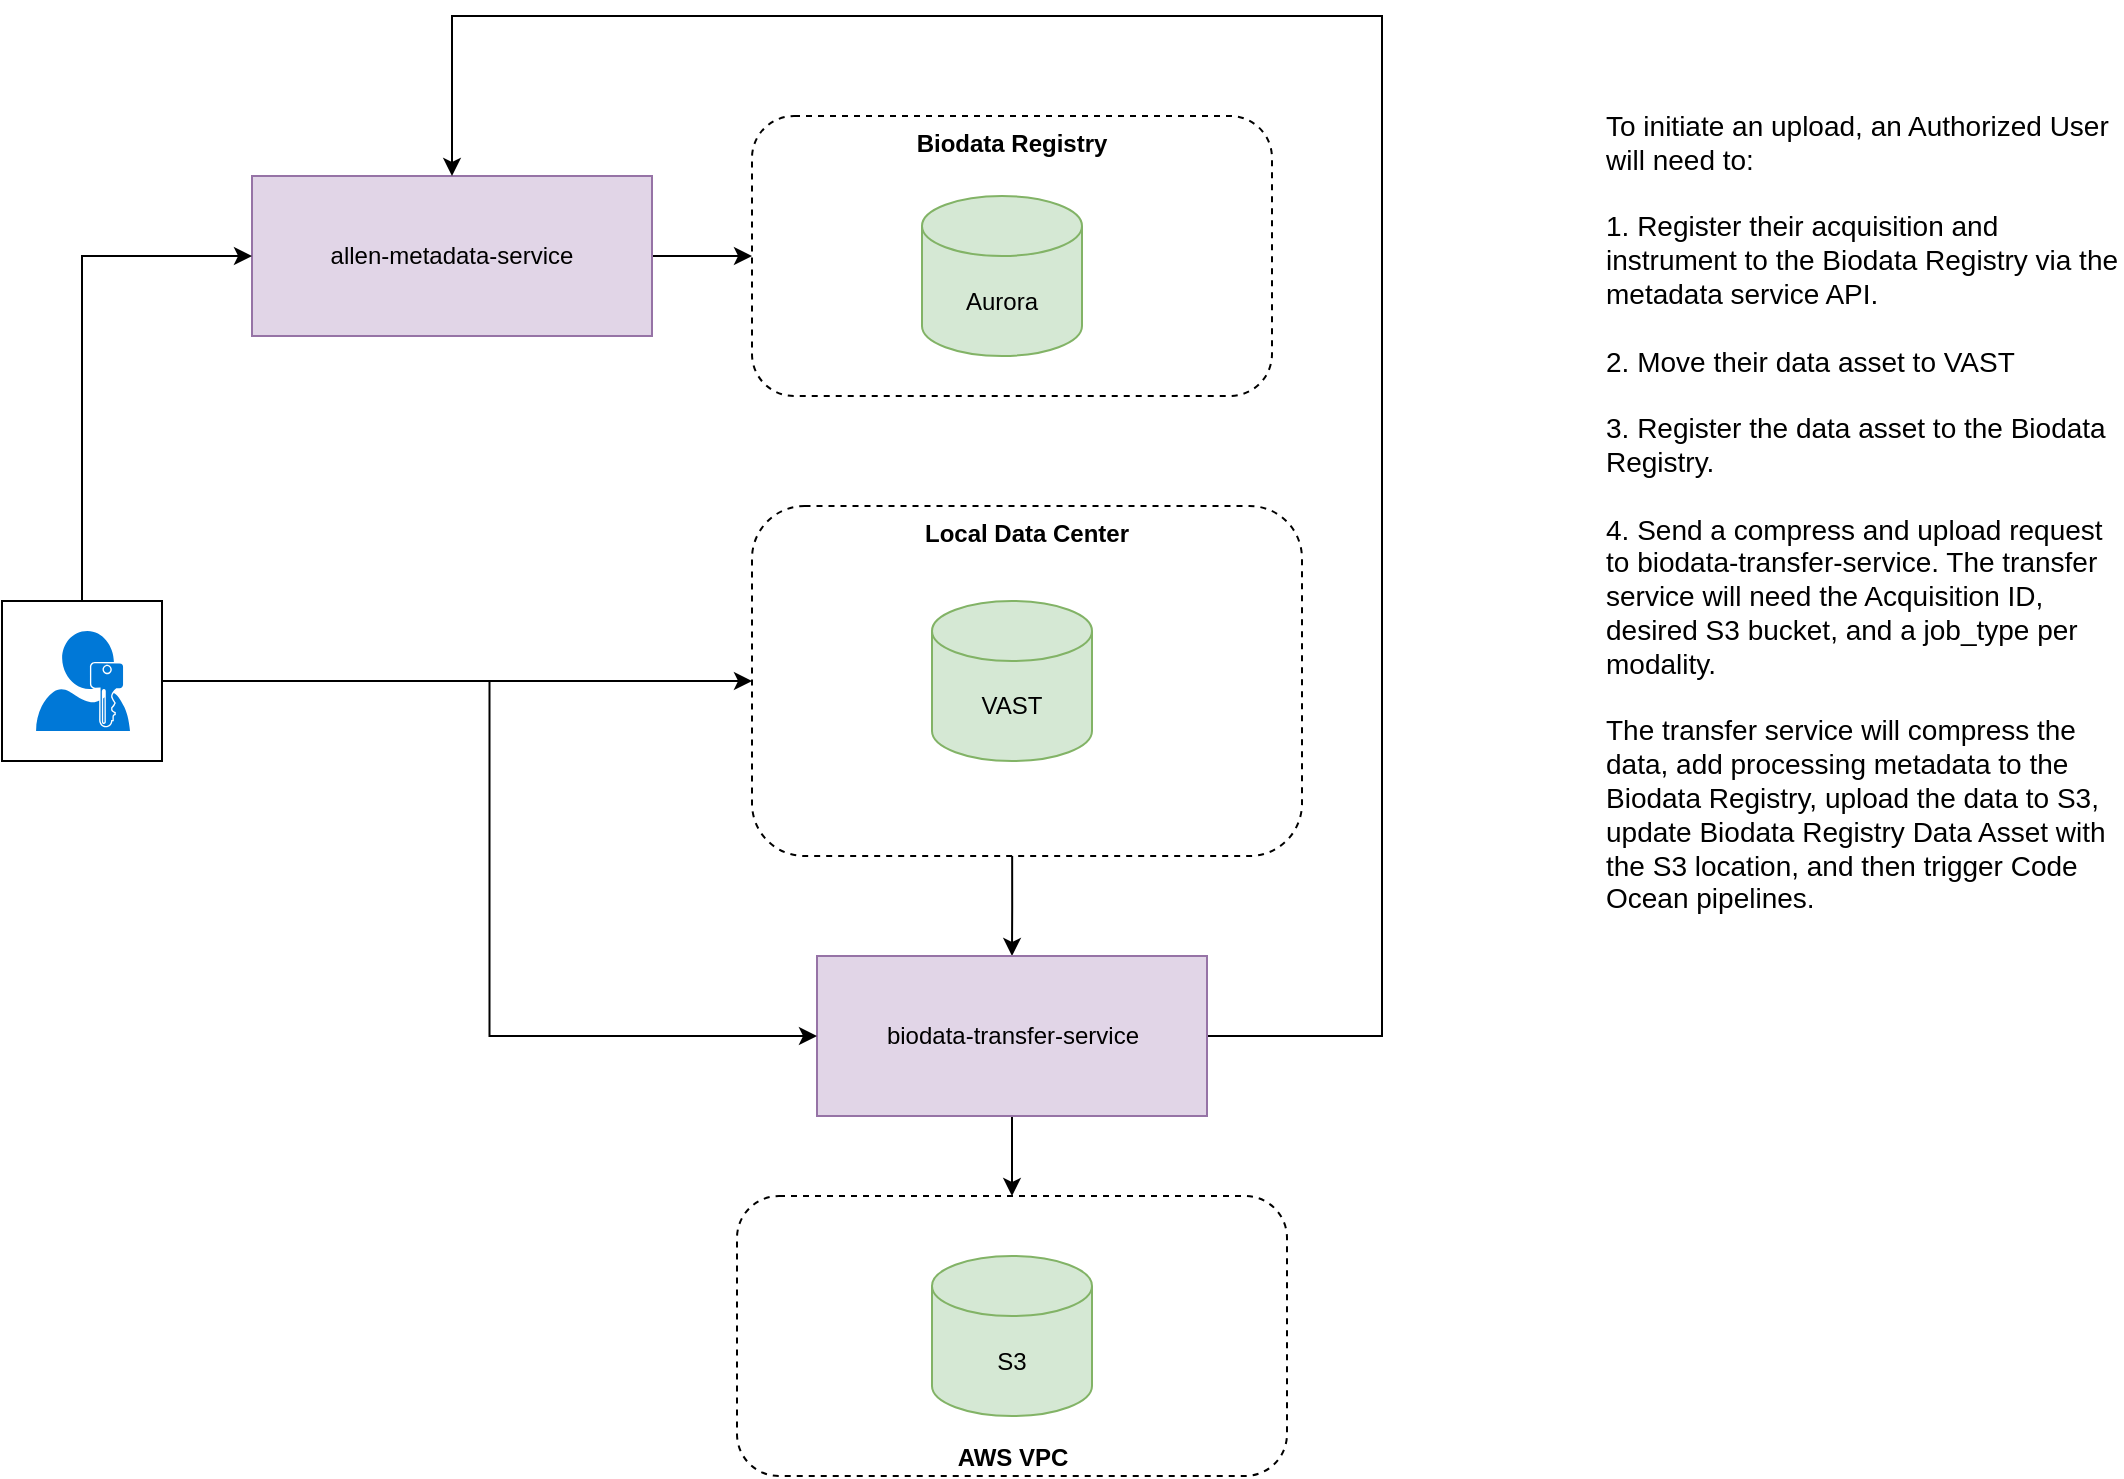
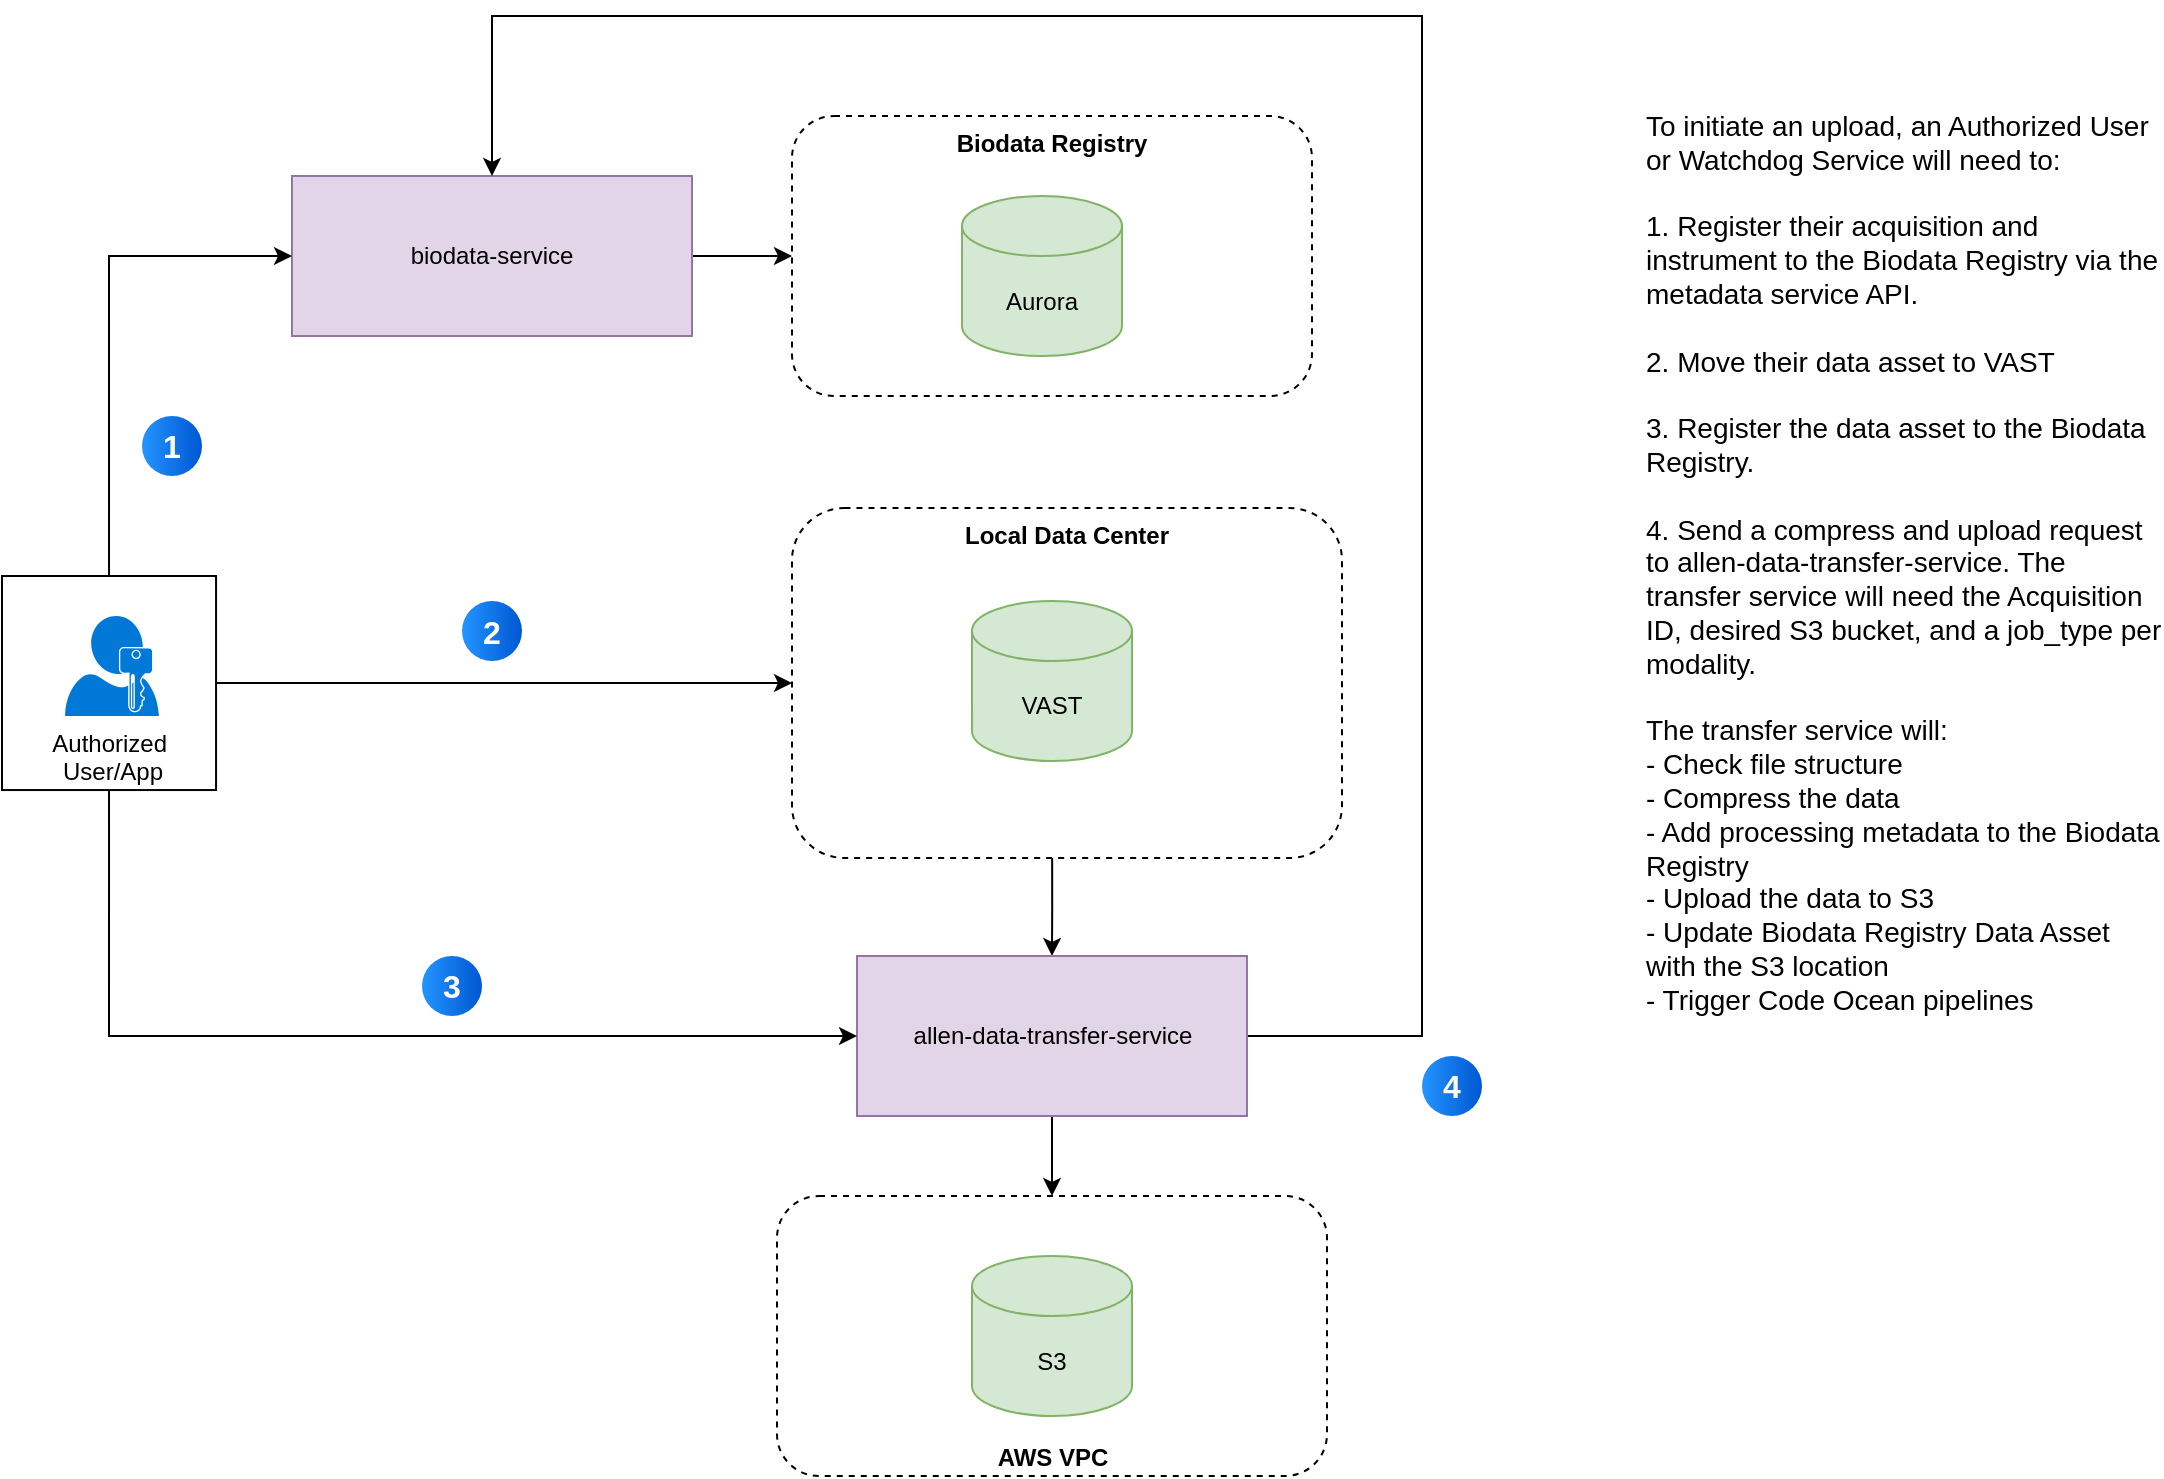
<mxfile host="app.diagrams.net" agent="Mozilla/5.0 (Windows NT 10.0; Win64; x64) AppleWebKit/537.36 (KHTML, like Gecko) draw.io/24.7.5 Chrome/126.0.6478.183 Electron/31.3.0 Safari/537.36">
  <diagram name="Overview" id="0rG7LOSmax6ssovm0o7B">
    <mxGraphModel dx="1781" dy="1753" grid="1" gridSize="10" guides="1" tooltips="1" connect="1" arrows="1" fold="1" page="1" pageScale="1" pageWidth="1200" pageHeight="800" math="0" shadow="0">
      <root>
        <mxCell id="SpeKbif7ejOxNLxw_tv2-0" />
        <mxCell id="SpeKbif7ejOxNLxw_tv2-1" parent="SpeKbif7ejOxNLxw_tv2-0" />
        <mxCell id="UL96ZQgQ9Tx9a3Nr9wBj-10" parent="SpeKbif7ejOxNLxw_tv2-1" style="rounded=1;whiteSpace=wrap;html=1;fillColor=default;dashed=1;verticalAlign=bottom;" value="&lt;b&gt;AWS VPC&lt;br&gt;&lt;/b&gt;" vertex="1">
          <mxGeometry height="140" width="275" x="467.5" y="-170" as="geometry" />
        </mxCell>
        <mxCell id="UL96ZQgQ9Tx9a3Nr9wBj-6" parent="SpeKbif7ejOxNLxw_tv2-1" style="rounded=1;whiteSpace=wrap;html=1;fillColor=default;dashed=1;verticalAlign=top;" value="&lt;b&gt;Local Data Center&lt;br&gt;&lt;/b&gt;" vertex="1">
-           <mxGeometry height="175" width="275" x="475" y="-515" as="geometry" />
+           <mxGeometry height="175" width="275" x="475" y="-513.99" as="geometry" />
        </mxCell>
        <mxCell id="UL96ZQgQ9Tx9a3Nr9wBj-13" edge="1" parent="SpeKbif7ejOxNLxw_tv2-1" source="UL96ZQgQ9Tx9a3Nr9wBj-6" style="edgeStyle=orthogonalEdgeStyle;rounded=0;orthogonalLoop=1;jettySize=auto;html=1;exitX=0.473;exitY=1;exitDx=0;exitDy=0;exitPerimeter=0;entryX=0.5;entryY=0;entryDx=0;entryDy=0;" target="UL96ZQgQ9Tx9a3Nr9wBj-9">
          <mxGeometry relative="1" as="geometry" />
        </mxCell>
        <mxCell id="pGpL98z0K4RyB47vs40O-42" parent="SpeKbif7ejOxNLxw_tv2-1" style="shape=cylinder3;whiteSpace=wrap;html=1;boundedLbl=1;backgroundOutline=1;size=15;fillColor=#d5e8d4;strokeColor=#82b366;" value="VAST" vertex="1">
          <mxGeometry height="80" width="80" x="565" y="-467.5" as="geometry" />
        </mxCell>
        <mxCell id="UL96ZQgQ9Tx9a3Nr9wBj-0" parent="SpeKbif7ejOxNLxw_tv2-1" style="rounded=1;whiteSpace=wrap;html=1;fillColor=default;dashed=1;verticalAlign=top;" value="&lt;b&gt;Biodata Registry&lt;br&gt;&lt;/b&gt;" vertex="1">
          <mxGeometry height="140" width="260" x="475" y="-710" as="geometry" />
        </mxCell>
        <mxCell id="UL96ZQgQ9Tx9a3Nr9wBj-2" edge="1" parent="SpeKbif7ejOxNLxw_tv2-1" source="UL96ZQgQ9Tx9a3Nr9wBj-1" style="edgeStyle=orthogonalEdgeStyle;rounded=0;orthogonalLoop=1;jettySize=auto;html=1;exitX=1;exitY=0.5;exitDx=0;exitDy=0;entryX=0;entryY=0.5;entryDx=0;entryDy=0;" target="UL96ZQgQ9Tx9a3Nr9wBj-0">
          <mxGeometry relative="1" as="geometry" />
        </mxCell>
-         <mxCell id="UL96ZQgQ9Tx9a3Nr9wBj-1" parent="SpeKbif7ejOxNLxw_tv2-1" style="rounded=0;whiteSpace=wrap;html=1;fillColor=#e1d5e7;strokeColor=#9673a6;" value="allen‑metadata‑service" vertex="1">
+         <mxCell id="UL96ZQgQ9Tx9a3Nr9wBj-1" parent="SpeKbif7ejOxNLxw_tv2-1" style="rounded=0;whiteSpace=wrap;html=1;fillColor=#e1d5e7;strokeColor=#9673a6;" value="biodata‑service" vertex="1">
          <mxGeometry height="80" width="200" x="225" y="-680" as="geometry" />
        </mxCell>
        <mxCell id="UL96ZQgQ9Tx9a3Nr9wBj-5" connectable="0" parent="SpeKbif7ejOxNLxw_tv2-1" style="group" value="" vertex="1">
-           <mxGeometry height="80" width="80" x="100" y="-467.5" as="geometry" />
+           <mxGeometry height="110" width="110" x="80" y="-480" as="geometry" />
        </mxCell>
        <mxCell id="UL96ZQgQ9Tx9a3Nr9wBj-4" parent="UL96ZQgQ9Tx9a3Nr9wBj-5" style="whiteSpace=wrap;html=1;aspect=fixed;" value="" vertex="1">
-           <mxGeometry height="80" width="80" as="geometry" />
+           <mxGeometry height="107.02702702702705" width="107.02702702702705" as="geometry" />
        </mxCell>
-         <mxCell id="pGpL98z0K4RyB47vs40O-37" parent="UL96ZQgQ9Tx9a3Nr9wBj-5" style="sketch=0;aspect=fixed;pointerEvents=1;shadow=0;dashed=0;html=1;strokeColor=none;labelPosition=center;verticalLabelPosition=bottom;verticalAlign=top;align=center;shape=mxgraph.mscae.enterprise.user_permissions;fillColor=#0078D7;" value="" vertex="1">
-           <mxGeometry height="50" width="47" x="17" y="15" as="geometry" />
+         <mxCell id="XjCrOu-fNeJbmDTpR4Ur-6" parent="UL96ZQgQ9Tx9a3Nr9wBj-5" style="sketch=0;aspect=fixed;pointerEvents=1;shadow=0;dashed=0;html=1;strokeColor=none;labelPosition=center;verticalLabelPosition=bottom;verticalAlign=top;align=center;shape=mxgraph.mscae.enterprise.user_permissions;fillColor=#0078D7;" value="&lt;div&gt;Authorized&amp;nbsp;&lt;/div&gt;&lt;div&gt;User/App&lt;/div&gt;" vertex="1">
+           <mxGeometry height="50" width="47" x="31.5" y="20" as="geometry" />
        </mxCell>
        <mxCell id="UL96ZQgQ9Tx9a3Nr9wBj-17" edge="1" parent="SpeKbif7ejOxNLxw_tv2-1" source="UL96ZQgQ9Tx9a3Nr9wBj-9" style="edgeStyle=orthogonalEdgeStyle;rounded=0;orthogonalLoop=1;jettySize=auto;html=1;exitX=0.5;exitY=1;exitDx=0;exitDy=0;entryX=0.5;entryY=0;entryDx=0;entryDy=0;" target="UL96ZQgQ9Tx9a3Nr9wBj-10">
          <mxGeometry relative="1" as="geometry" />
        </mxCell>
        <mxCell id="WYjFIrughrLE78L4_66T-0" edge="1" parent="SpeKbif7ejOxNLxw_tv2-1" source="UL96ZQgQ9Tx9a3Nr9wBj-9" style="edgeStyle=orthogonalEdgeStyle;rounded=0;orthogonalLoop=1;jettySize=auto;html=1;exitX=1;exitY=0.5;exitDx=0;exitDy=0;entryX=0.5;entryY=0;entryDx=0;entryDy=0;" target="UL96ZQgQ9Tx9a3Nr9wBj-1">
          <mxGeometry relative="1" as="geometry">
            <Array as="points">
              <mxPoint x="790" y="-250" />
              <mxPoint x="790" y="-760" />
              <mxPoint x="325" y="-760" />
            </Array>
          </mxGeometry>
        </mxCell>
-         <mxCell id="UL96ZQgQ9Tx9a3Nr9wBj-9" parent="SpeKbif7ejOxNLxw_tv2-1" style="rounded=0;whiteSpace=wrap;html=1;fillColor=#e1d5e7;strokeColor=#9673a6;" value="biodata‑transfer-service" vertex="1">
+         <mxCell id="UL96ZQgQ9Tx9a3Nr9wBj-9" parent="SpeKbif7ejOxNLxw_tv2-1" style="rounded=0;whiteSpace=wrap;html=1;fillColor=#e1d5e7;strokeColor=#9673a6;" value="allen-data‑transfer-service" vertex="1">
          <mxGeometry height="80" width="195" x="507.5" y="-290" as="geometry" />
        </mxCell>
        <mxCell id="UL96ZQgQ9Tx9a3Nr9wBj-11" edge="1" parent="SpeKbif7ejOxNLxw_tv2-1" source="UL96ZQgQ9Tx9a3Nr9wBj-4" style="edgeStyle=orthogonalEdgeStyle;rounded=0;orthogonalLoop=1;jettySize=auto;html=1;exitX=0.5;exitY=0;exitDx=0;exitDy=0;entryX=0;entryY=0.5;entryDx=0;entryDy=0;" target="UL96ZQgQ9Tx9a3Nr9wBj-1">
          <mxGeometry relative="1" as="geometry" />
-         </mxCell>
-         <mxCell id="UL96ZQgQ9Tx9a3Nr9wBj-12" edge="1" parent="SpeKbif7ejOxNLxw_tv2-1" source="UL96ZQgQ9Tx9a3Nr9wBj-4" style="edgeStyle=orthogonalEdgeStyle;rounded=0;orthogonalLoop=1;jettySize=auto;html=1;exitX=1;exitY=0.5;exitDx=0;exitDy=0;entryX=0;entryY=0.5;entryDx=0;entryDy=0;" target="UL96ZQgQ9Tx9a3Nr9wBj-6">
-           <mxGeometry relative="1" as="geometry">
-             <mxPoint x="470" y="-427" as="targetPoint" />
-           </mxGeometry>
        </mxCell>
        <mxCell id="UL96ZQgQ9Tx9a3Nr9wBj-15" parent="SpeKbif7ejOxNLxw_tv2-1" style="shape=cylinder3;whiteSpace=wrap;html=1;boundedLbl=1;backgroundOutline=1;size=15;fillColor=#d5e8d4;strokeColor=#82b366;" value="Aurora" vertex="1">
          <mxGeometry height="80" width="80" x="560" y="-670" as="geometry" />
        </mxCell>
        <mxCell id="UL96ZQgQ9Tx9a3Nr9wBj-16" parent="SpeKbif7ejOxNLxw_tv2-1" style="shape=cylinder3;whiteSpace=wrap;html=1;boundedLbl=1;backgroundOutline=1;size=15;fillColor=#d5e8d4;strokeColor=#82b366;" value="S3" vertex="1">
          <mxGeometry height="80" width="80" x="565" y="-140" as="geometry" />
        </mxCell>
-         <mxCell id="UL96ZQgQ9Tx9a3Nr9wBj-18" edge="1" parent="SpeKbif7ejOxNLxw_tv2-1" source="UL96ZQgQ9Tx9a3Nr9wBj-4" style="edgeStyle=orthogonalEdgeStyle;rounded=0;orthogonalLoop=1;jettySize=auto;html=1;exitX=1;exitY=0.5;exitDx=0;exitDy=0;entryX=0;entryY=0.5;entryDx=0;entryDy=0;" target="UL96ZQgQ9Tx9a3Nr9wBj-9">
+         <mxCell id="UL96ZQgQ9Tx9a3Nr9wBj-19" parent="SpeKbif7ejOxNLxw_tv2-1" style="text;html=1;whiteSpace=wrap;strokeColor=none;fillColor=none;align=left;verticalAlign=top;rounded=0;fontSize=14;" value="&lt;div&gt;To initiate an upload, an Authorized User or Watchdog Service will need to:&lt;/div&gt;&lt;div&gt;&lt;br&gt;&lt;/div&gt;&lt;div&gt;1. Register their acquisition and instrument to the Biodata Registry via the metadata service API.&lt;/div&gt;&lt;div&gt;&lt;br&gt;&lt;/div&gt;&lt;div&gt;2. Move their data asset to VAST&lt;/div&gt;&lt;div&gt;&lt;br&gt;&lt;/div&gt;&lt;div&gt;3. Register the data asset to the Biodata Registry.&lt;br&gt;&lt;/div&gt;&lt;div&gt;&lt;br&gt;&lt;/div&gt;&lt;div&gt;4. Send a compress and upload request to allen-data‑transfer-service. The transfer service will need the Acquisition ID, desired S3 bucket, and a job_type per modality.&lt;/div&gt;&lt;div&gt;&lt;br&gt;&lt;/div&gt;&lt;div&gt;The transfer service will:&lt;/div&gt;&lt;div&gt;- Check file structure&lt;br&gt;&lt;/div&gt;&lt;div&gt;- Compress the data&lt;/div&gt;&lt;div&gt;- Add processing metadata to the Biodata Registry&lt;/div&gt;&lt;div&gt;- Upload the data to S3&lt;/div&gt;&lt;div&gt;- Update Biodata Registry Data Asset with the S3 location&lt;/div&gt;&lt;div&gt;- Trigger Code Ocean pipelines &lt;/div&gt;" vertex="1">
+           <mxGeometry height="630" width="260" x="900" y="-720" as="geometry" />
+         </mxCell>
+         <mxCell id="XjCrOu-fNeJbmDTpR4Ur-1" parent="SpeKbif7ejOxNLxw_tv2-1" style="ellipse;whiteSpace=wrap;html=1;aspect=fixed;rotation=0;gradientColor=#0057D2;strokeColor=none;gradientDirection=east;fillColor=#2395FF;rounded=0;pointerEvents=0;fontFamily=Helvetica;fontSize=16;fontColor=#FFFFFF;spacingTop=4;spacingBottom=4;spacingLeft=4;spacingRight=4;points=[];fontStyle=1" value="1" vertex="1">
+           <mxGeometry height="30" width="30" x="150" y="-560" as="geometry" />
+         </mxCell>
+         <mxCell id="XjCrOu-fNeJbmDTpR4Ur-2" edge="1" parent="SpeKbif7ejOxNLxw_tv2-1" source="UL96ZQgQ9Tx9a3Nr9wBj-4" style="edgeStyle=orthogonalEdgeStyle;rounded=0;orthogonalLoop=1;jettySize=auto;html=1;exitX=0.5;exitY=1;exitDx=0;exitDy=0;entryX=0;entryY=0.5;entryDx=0;entryDy=0;" target="UL96ZQgQ9Tx9a3Nr9wBj-9">
          <mxGeometry relative="1" as="geometry" />
        </mxCell>
-         <mxCell id="UL96ZQgQ9Tx9a3Nr9wBj-19" parent="SpeKbif7ejOxNLxw_tv2-1" style="text;html=1;whiteSpace=wrap;strokeColor=none;fillColor=none;align=left;verticalAlign=top;rounded=0;fontSize=14;" value="&lt;div&gt;To initiate an upload, an Authorized User will need to:&lt;/div&gt;&lt;div&gt;&lt;br&gt;&lt;/div&gt;&lt;div&gt;1. Register their acquisition and instrument to the Biodata Registry via the metadata service API.&lt;/div&gt;&lt;div&gt;&lt;br&gt;&lt;/div&gt;&lt;div&gt;2. Move their data asset to VAST&lt;/div&gt;&lt;div&gt;&lt;br&gt;&lt;/div&gt;&lt;div&gt;3. Register the data asset to the Biodata Registry.&lt;br&gt;&lt;/div&gt;&lt;div&gt;&lt;br&gt;&lt;/div&gt;&lt;div&gt;4. Send a compress and upload request to biodata‑transfer-service. The transfer service will need the Acquisition ID, desired S3 bucket, and a job_type per modality.&lt;/div&gt;&lt;div&gt;&lt;br&gt;&lt;/div&gt;&lt;div&gt;The transfer service will compress the data, add processing metadata to the Biodata Registry, upload the data to S3, update Biodata Registry Data Asset with the S3 location, and then trigger Code Ocean pipelines. &lt;/div&gt;" vertex="1">
-           <mxGeometry height="630" width="260" x="900" y="-720" as="geometry" />
+         <mxCell id="XjCrOu-fNeJbmDTpR4Ur-3" parent="SpeKbif7ejOxNLxw_tv2-1" style="ellipse;whiteSpace=wrap;html=1;aspect=fixed;rotation=0;gradientColor=#0057D2;strokeColor=none;gradientDirection=east;fillColor=#2395FF;rounded=0;pointerEvents=0;fontFamily=Helvetica;fontSize=16;fontColor=#FFFFFF;spacingTop=4;spacingBottom=4;spacingLeft=4;spacingRight=4;points=[];fontStyle=1" value="2" vertex="1">
+           <mxGeometry height="30" width="30" x="310" y="-467.5" as="geometry" />
+         </mxCell>
+         <mxCell id="XjCrOu-fNeJbmDTpR4Ur-4" parent="SpeKbif7ejOxNLxw_tv2-1" style="ellipse;whiteSpace=wrap;html=1;aspect=fixed;rotation=0;gradientColor=#0057D2;strokeColor=none;gradientDirection=east;fillColor=#2395FF;rounded=0;pointerEvents=0;fontFamily=Helvetica;fontSize=16;fontColor=#FFFFFF;spacingTop=4;spacingBottom=4;spacingLeft=4;spacingRight=4;points=[];fontStyle=1" value="3" vertex="1">
+           <mxGeometry height="30" width="30" x="290" y="-290" as="geometry" />
+         </mxCell>
+         <mxCell id="XjCrOu-fNeJbmDTpR4Ur-5" parent="SpeKbif7ejOxNLxw_tv2-1" style="ellipse;whiteSpace=wrap;html=1;aspect=fixed;rotation=0;gradientColor=#0057D2;strokeColor=none;gradientDirection=east;fillColor=#2395FF;rounded=0;pointerEvents=0;fontFamily=Helvetica;fontSize=16;fontColor=#FFFFFF;spacingTop=4;spacingBottom=4;spacingLeft=4;spacingRight=4;points=[];fontStyle=1" value="4" vertex="1">
+           <mxGeometry height="30" width="30" x="790" y="-240" as="geometry" />
+         </mxCell>
+         <mxCell id="XjCrOu-fNeJbmDTpR4Ur-7" edge="1" parent="SpeKbif7ejOxNLxw_tv2-1" source="UL96ZQgQ9Tx9a3Nr9wBj-4" style="edgeStyle=orthogonalEdgeStyle;rounded=0;orthogonalLoop=1;jettySize=auto;html=1;exitX=1;exitY=0.5;exitDx=0;exitDy=0;entryX=0;entryY=0.5;entryDx=0;entryDy=0;" target="UL96ZQgQ9Tx9a3Nr9wBj-6">
+           <mxGeometry relative="1" as="geometry" />
        </mxCell>
      </root>
    </mxGraphModel>
  </diagram>
</mxfile>
